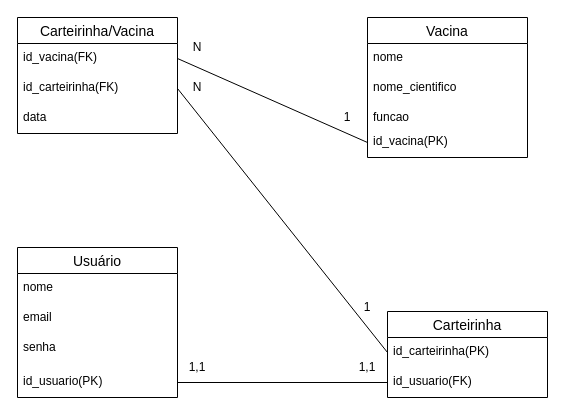
Before: documentacao/der.drawio in Carlozo/Vaprotec-carteira-de-vacina-digital, a draw.io diagram. Source tidied: cells renumbered, new cells numbered last; positions are measured from the earlier drawing's top-left corner, leaving out a move shared by most shapes. Both pictures are drawn from the tidied source at 100%, with x=0, y=0 at pixel (17, 17).
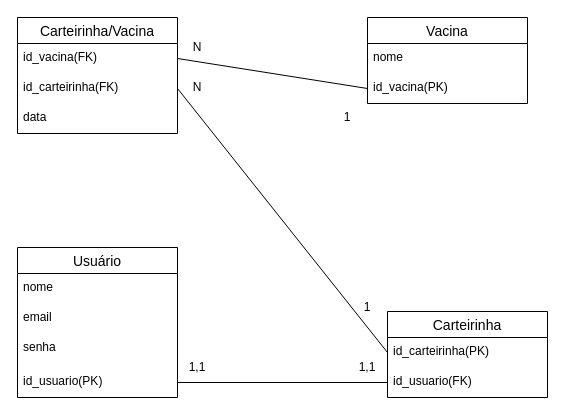
After the change.

Commit message (it also covers changes not shown here):
corrigindo os diagramas

What changed in the source:
```diff
@@
     <mxCell id="14" value="Vacina" style="swimlane;fontStyle=0;horizontal=1;startSize=26;align=center;fontSize=14;" parent="1" vertex="1">
-      <mxGeometry x="350" width="160" height="140" as="geometry" />
+      <mxGeometry x="350" width="160" height="86" as="geometry" />
     </mxCell>
@@
-    <mxCell id="16" value="nome_cientifico" style="text;strokeColor=none;fillColor=none;spacingLeft=4;spacingRight=4;overflow=hidden;fontSize=12;" parent="14" vertex="1">
-      <mxGeometry y="56" width="160" height="30" as="geometry" />
-    </mxCell>
-    <mxCell id="17" value="funcao" style="text;strokeColor=none;fillColor=none;spacingLeft=4;spacingRight=4;overflow=hidden;fontSize=12;" parent="14" vertex="1">
-      <mxGeometry y="86" width="160" height="24" as="geometry" />
-    </mxCell>
     <mxCell id="18" value="id_vacina(PK)" style="text;strokeColor=none;fillColor=none;spacingLeft=4;spacingRight=4;overflow=hidden;points=[[0,0.5],[1,0.5]];portConstraint=eastwest;fontSize=12;" parent="14" vertex="1">
-      <mxGeometry y="110" width="160" height="30" as="geometry" />
+      <mxGeometry y="56" width="160" height="30" as="geometry" />
     </mxCell>
```
